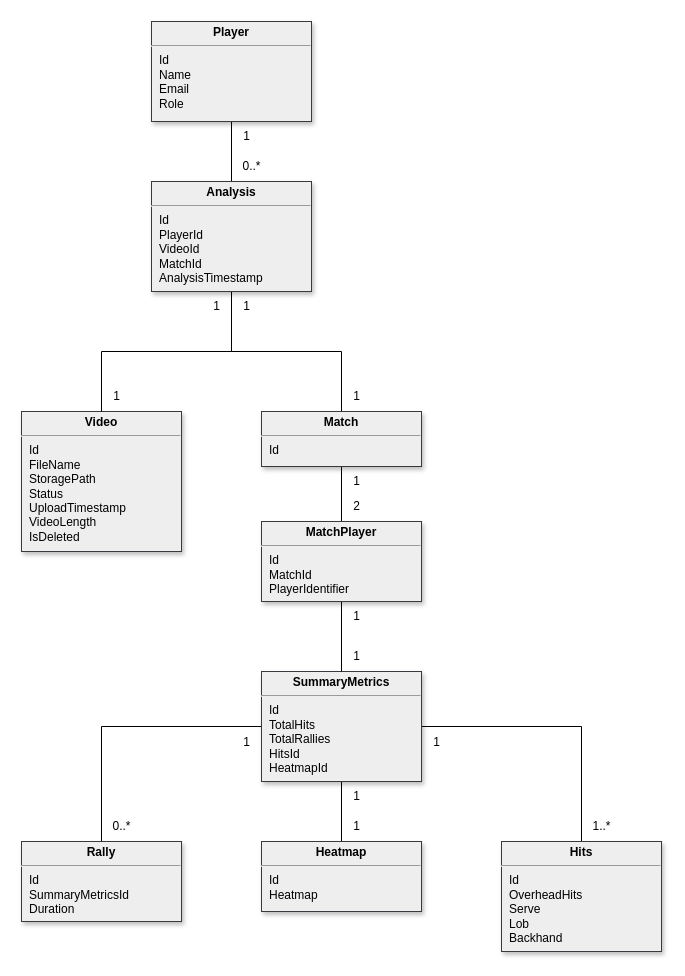
Before: Documentation/Analysis/Diagrams/DomainModel.drawio in Olsen7351/Bachlor2025-Padel, a draw.io diagram. Source tidied: cells renumbered, new cells numbered last; positions are measured from the earlier drawing's top-left corner, leaving out a move shared by most shapes. Both pictures are drawn from the tidied source at 100%, with x=0, y=0 at pixel (21, 21).
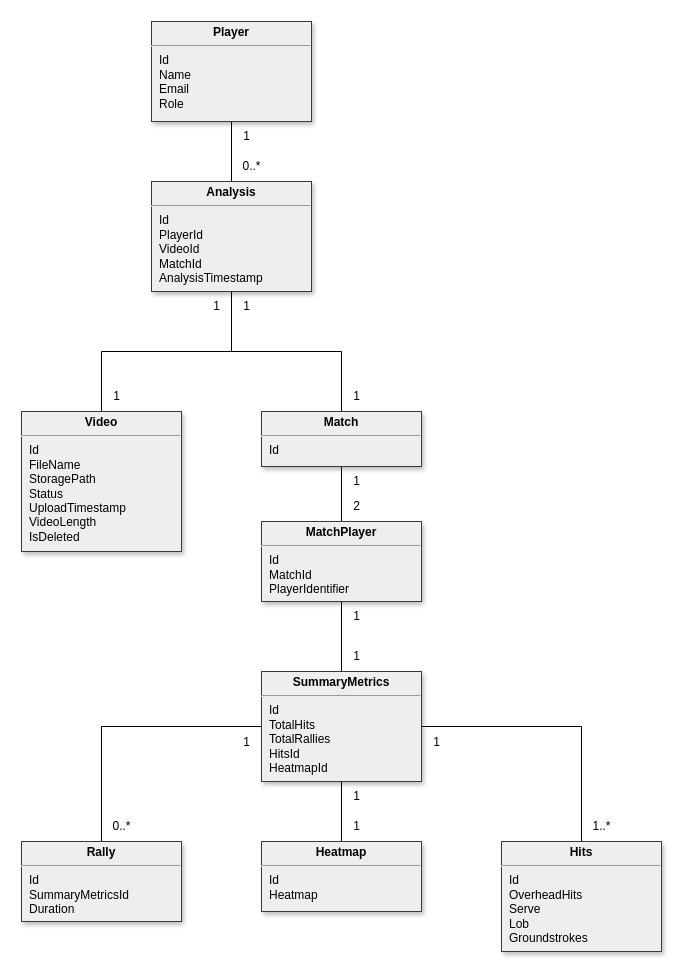
After the change.

Diff of the diagram source:
```diff
@@
-    <mxCell id="18" value="&lt;p style=&quot;margin: 4px 0px 0px; text-align: center;&quot;&gt;&lt;b&gt;Hits&lt;/b&gt;&lt;/p&gt;&lt;hr&gt;&lt;p style=&quot;margin: 0px; margin-left: 8px;&quot;&gt;Id&lt;/p&gt;&lt;p style=&quot;margin: 0px; margin-left: 8px;&quot;&gt;OverheadHits&lt;/p&gt;&lt;p style=&quot;margin: 0px; margin-left: 8px;&quot;&gt;Serve&lt;/p&gt;&lt;p style=&quot;margin: 0px; margin-left: 8px;&quot;&gt;Lob&lt;/p&gt;&lt;p style=&quot;margin: 0px; margin-left: 8px;&quot;&gt;Backhand&lt;/p&gt;" style="verticalAlign=top;align=left;overflow=fill;fontSize=12;fontFamily=Helvetica;html=1;shadow=1;fillColor=#eeeeee;strokeColor=#36393d;" parent="1" vertex="1">
+    <mxCell id="18" value="&lt;p style=&quot;margin: 4px 0px 0px; text-align: center;&quot;&gt;&lt;b&gt;Hits&lt;/b&gt;&lt;/p&gt;&lt;hr&gt;&lt;p style=&quot;margin: 0px; margin-left: 8px;&quot;&gt;Id&lt;/p&gt;&lt;p style=&quot;margin: 0px; margin-left: 8px;&quot;&gt;OverheadHits&lt;/p&gt;&lt;p style=&quot;margin: 0px; margin-left: 8px;&quot;&gt;Serve&lt;/p&gt;&lt;p style=&quot;margin: 0px; margin-left: 8px;&quot;&gt;Lob&lt;/p&gt;&lt;p style=&quot;margin: 0px; margin-left: 8px;&quot;&gt;Groundstrokes&lt;/p&gt;" style="verticalAlign=top;align=left;overflow=fill;fontSize=12;fontFamily=Helvetica;html=1;shadow=1;fillColor=#eeeeee;strokeColor=#36393d;" parent="1" vertex="1">
       <mxGeometry x="480" y="820" width="160" height="110" as="geometry" />
     </mxCell>
```
